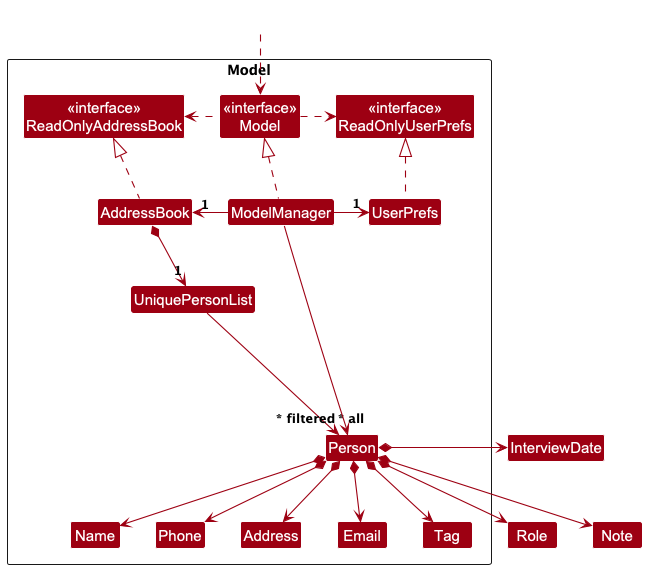
AY2425S2-CS2103T-F13-3/tp keeps this PlantUML diagram as docs/images/ModelClassDiagram.png. Above is the earlier version. Source of this version:
```plantuml
@startuml
!include style.puml
skinparam arrowThickness 1.1
skinparam arrowColor MODEL_COLOR
skinparam classBackgroundColor MODEL_COLOR

Package Model as ModelPackage <<Rectangle>>{
Class "<<interface>>\nReadOnlyAddressBook" as ReadOnlyAddressBook
Class "<<interface>>\nReadOnlyUserPrefs" as ReadOnlyUserPrefs
Class "<<interface>>\nModel" as Model
Class AddressBook
Class ModelManager
Class UserPrefs

Class UniquePersonList
Class Person
Class Address
Class Email
Class Name
Class Phone
Class Tag

Class I #FFFFFF
}

Class HiddenOutside #FFFFFF
HiddenOutside ..> Model

AddressBook .up.|> ReadOnlyAddressBook

ModelManager .up.|> Model
Model .right.> ReadOnlyUserPrefs
Model .left.> ReadOnlyAddressBook
ModelManager -left-> "1" AddressBook
ModelManager -right-> "1" UserPrefs
UserPrefs .up.|> ReadOnlyUserPrefs

AddressBook *--> "1" UniquePersonList
UniquePersonList --> "~* all" Person
Person *--> Name
Person *--> Phone
Person *--> Email
Person *--> Address
Person *--> Tag
Person *--> Role
Person *--> Note
Person *-> InterviewDate

Person -[hidden]up--> I
UniquePersonList -[hidden]right-> I

Name -[hidden]right-> Phone
Phone -[hidden]right-> Address
Address -[hidden]right-> Email

ModelManager --> "~* filtered" Person
@enduml
```
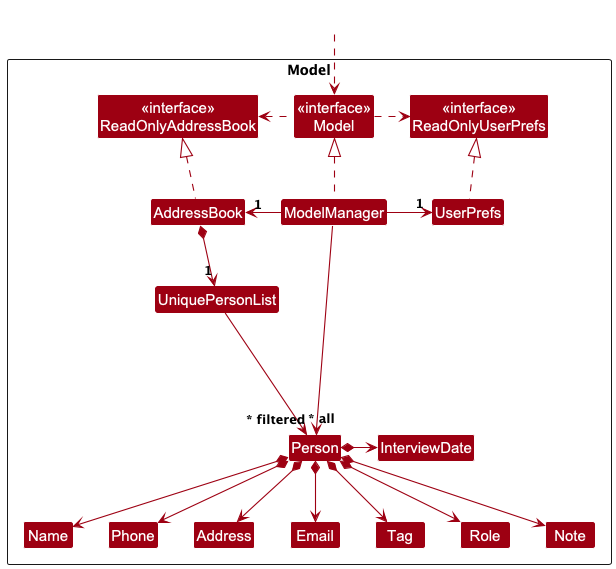
Later version of the same file.

What changed in the source:
```diff
@@ -19,6 +19,9 @@
 Class Name
 Class Phone
 Class Tag
+Class Role
+Class Note
+Class InterviewDate
 
 Class I #FFFFFF
 }
```
